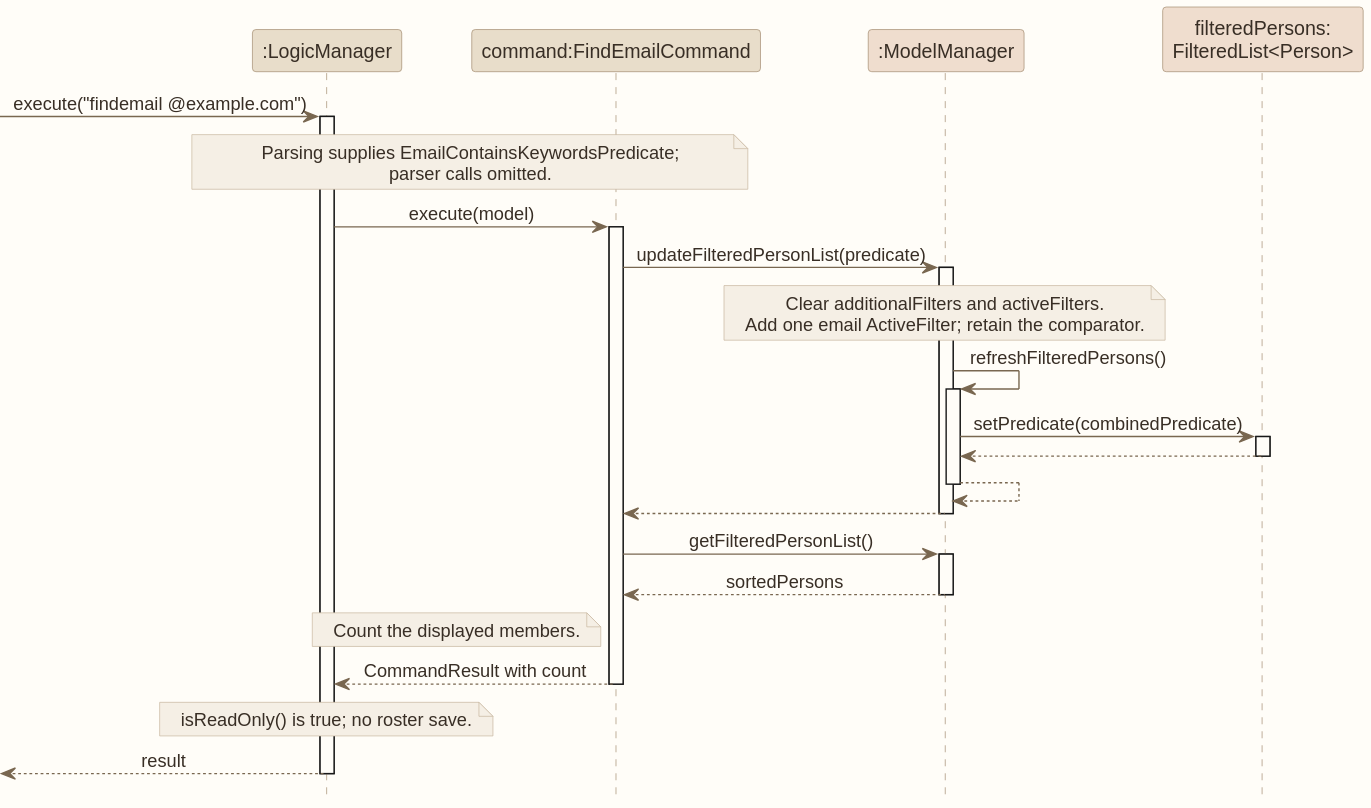
Earlier version of the PlantUML export docs/images/EmailSearchSequenceDiagram.svg (AY2627S1-CS2103T-W12-1/tp). The source it was exported from:
```plantuml
@startuml
!include style.puml
skinparam ArrowFontStyle plain
participant ":LogicManager" as logic LOGIC_COLOR
participant "command:FindEmailCommand" as command LOGIC_COLOR
participant ":ModelManager" as model MODEL_COLOR
participant "filteredPersons:\nFilteredList<Person>" as view MODEL_COLOR

[-> logic : execute("findemail @example.com")
activate logic
note over logic, command: Parsing supplies EmailContainsKeywordsPredicate;\nparser calls omitted.
logic -> command : execute(model)
activate command
command -> model : updateFilteredPersonList(predicate)
activate model
note over model: Clear additionalFilters and activeFilters.\nAdd one email ActiveFilter; retain the comparator.
model -> model : refreshFilteredPersons()
activate model
model -> view : setPredicate(combinedPredicate)
activate view
view --> model
deactivate view
model --> model
deactivate model
model --> command
deactivate model
command -> model : getFilteredPersonList()
activate model
model --> command : sortedPersons
note left of command: Count the displayed members.
deactivate model
command --> logic : CommandResult with count
deactivate command
note over logic: isReadOnly() is true; no roster save.
logic -->[ : result
deactivate logic
@enduml
```
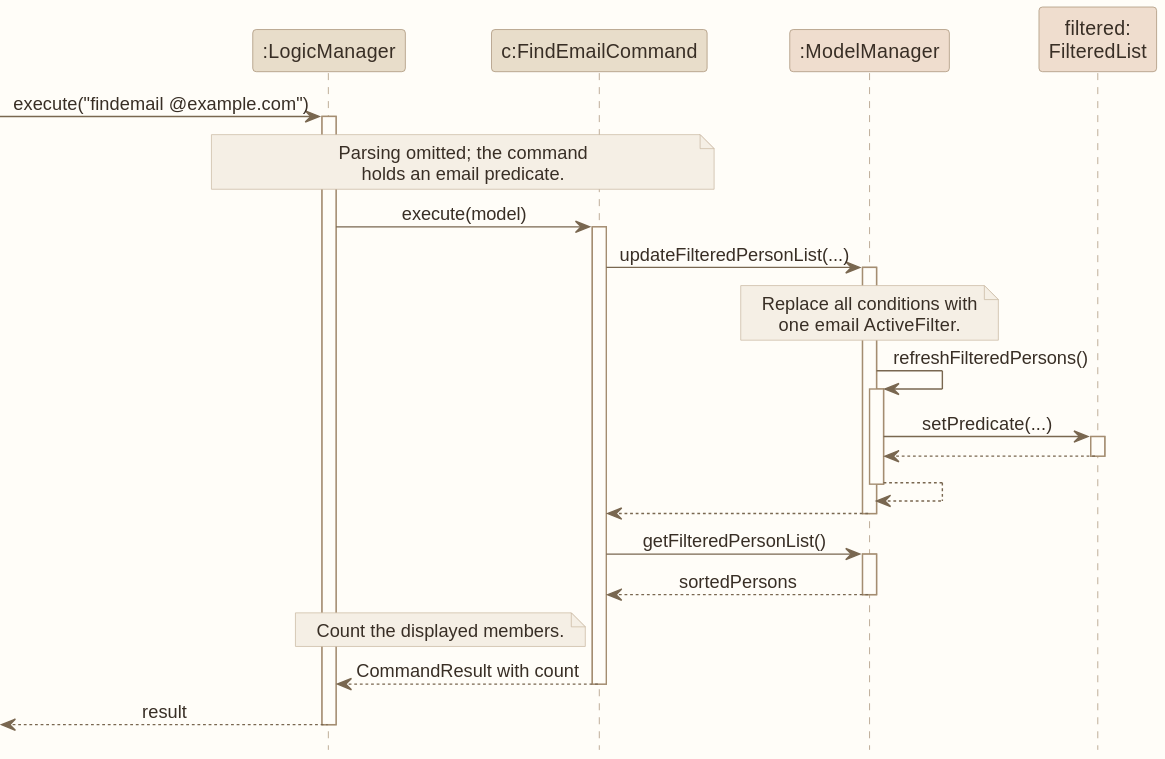
Later version of the same file.

The edit, as a diff of the source:
```diff
@@ -2,21 +2,21 @@
 !include style.puml
 skinparam ArrowFontStyle plain
 participant ":LogicManager" as logic LOGIC_COLOR
-participant "command:FindEmailCommand" as command LOGIC_COLOR
+participant "c:FindEmailCommand" as command LOGIC_COLOR
 participant ":ModelManager" as model MODEL_COLOR
-participant "filteredPersons:\nFilteredList<Person>" as view MODEL_COLOR
+participant "filtered:\nFilteredList" as view MODEL_COLOR
 
 [-> logic : execute("findemail @example.com")
 activate logic
-note over logic, command: Parsing supplies EmailContainsKeywordsPredicate;\nparser calls omitted.
+note over logic, command: Parsing omitted; the command\nholds an email predicate.
 logic -> command : execute(model)
 activate command
-command -> model : updateFilteredPersonList(predicate)
+command -> model : updateFilteredPersonList(...)
 activate model
-note over model: Clear additionalFilters and activeFilters.\nAdd one email ActiveFilter; retain the comparator.
+note over model: Replace all conditions with\none email ActiveFilter.
 model -> model : refreshFilteredPersons()
 activate model
-model -> view : setPredicate(combinedPredicate)
+model -> view : setPredicate(...)
 activate view
 view --> model
 deactivate view
@@ -31,7 +31,6 @@
 deactivate model
 command --> logic : CommandResult with count
 deactivate command
-note over logic: isReadOnly() is true; no roster save.
 logic -->[ : result
 deactivate logic
 @enduml
```
